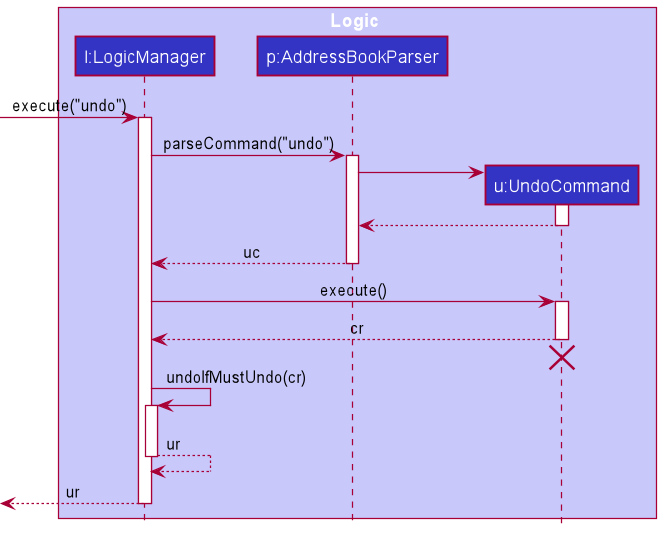
Above: docs/images/UndoSequenceDiagram.png in thanwinnikki/tp (PlantUML), before the change.
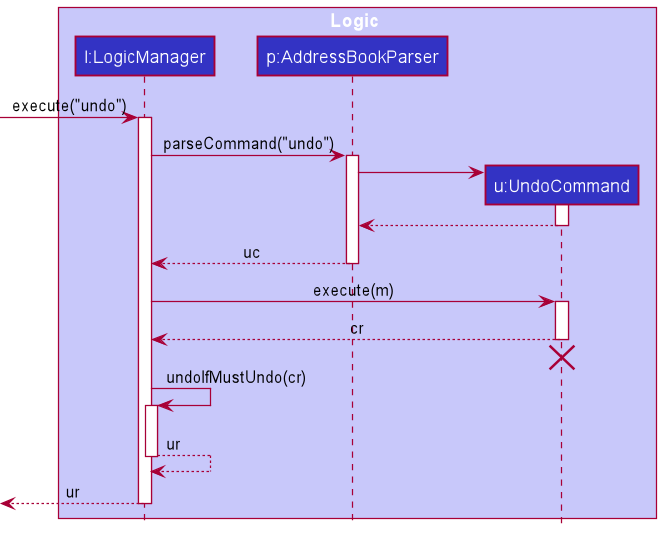
Later version of the same file.

Commit message:
Fix undo-related sequence diagrams

Change to the diagram source:
```diff
@@ -23,7 +23,7 @@
 AddressBookParser --> LogicManager : uc
 deactivate AddressBookParser
 
-LogicManager -> UndoCommand : execute()
+LogicManager -> UndoCommand : execute(m)
 activate UndoCommand
 
 UndoCommand --> LogicManager : cr
```
